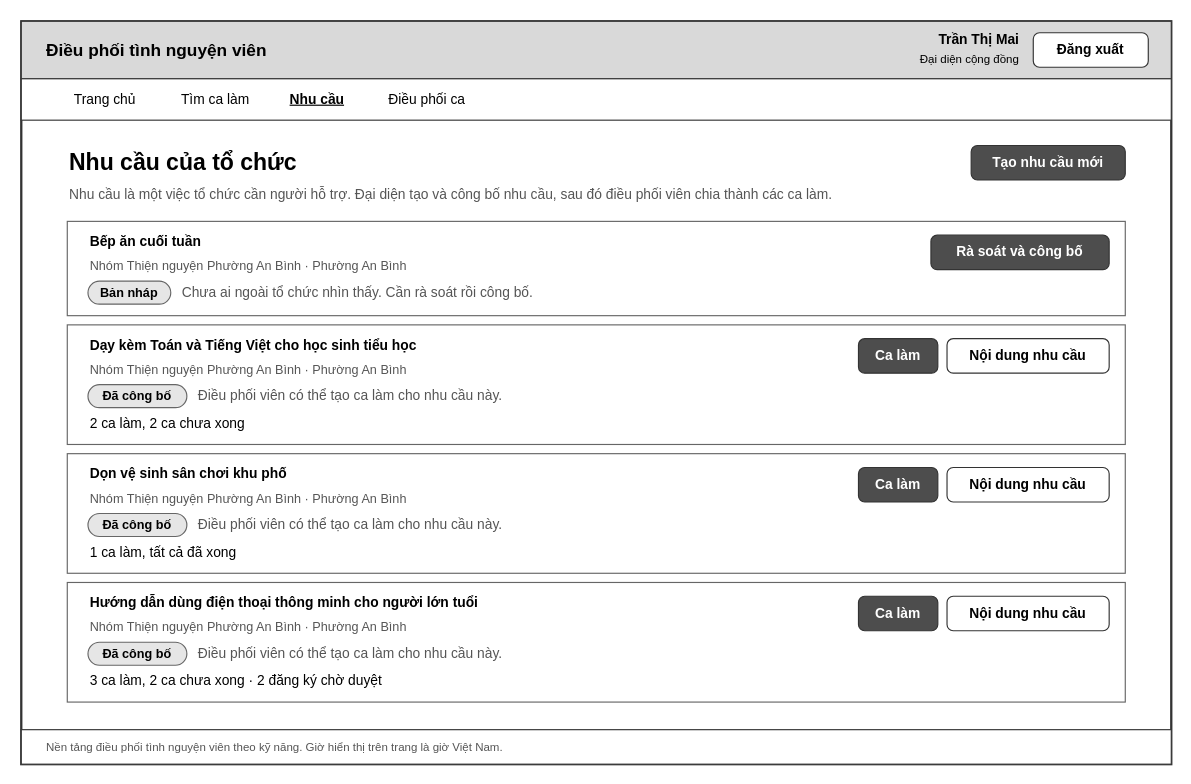
This is docs/giao_dien/drawio/M06_Danh_sach_nhu_cau.drawio from kanishere55/OOSD_NenTangDieuPhoi_TNV, a draw.io file, before an edit. Source tidied: cells renumbered, new cells numbered last; positions are measured from the earlier drawing's top-left corner, leaving out a move shared by most shapes. Both pictures are drawn from the tidied source at 115%, with x=0, y=0 at pixel (21, 21).
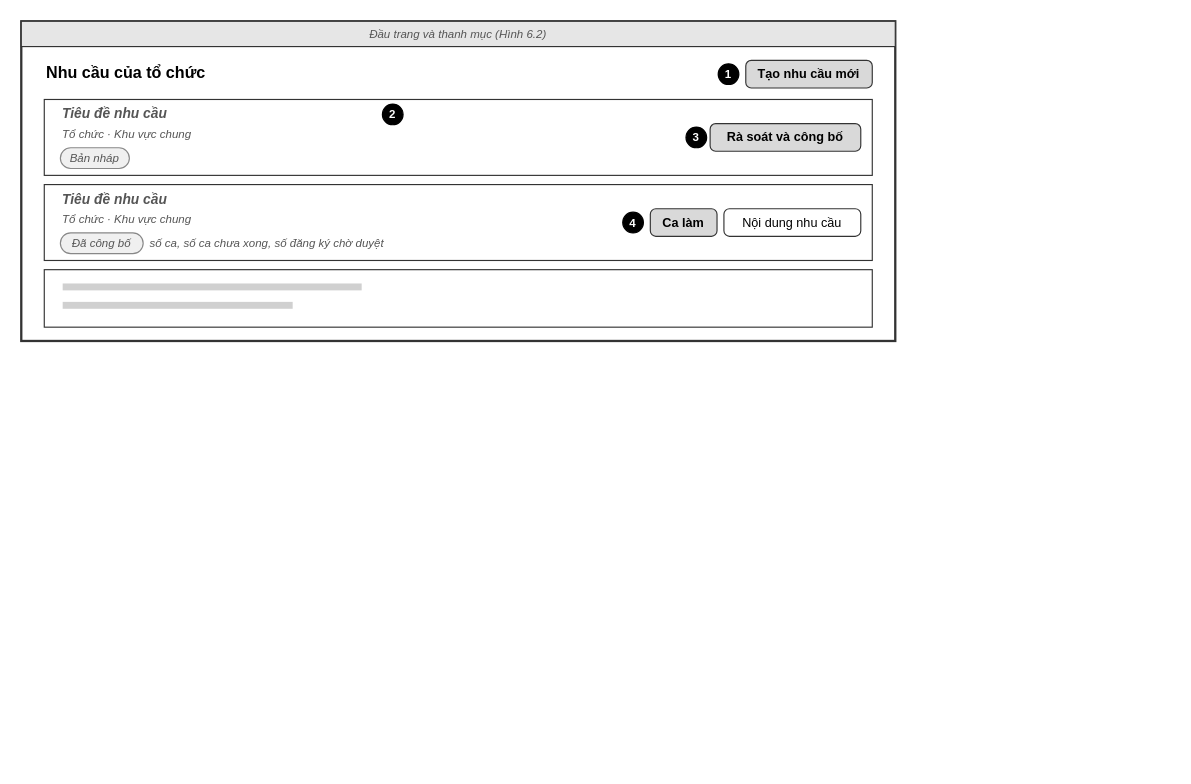
The same page after the edit.

Diff of the diagram source:
```diff
@@
     <mxCell id="2" style="rounded=0;whiteSpace=wrap;html=1;fillColor=#ffffff;strokeColor=#333333;strokeWidth=2;" parent="1" vertex="1">
-      <mxGeometry width="1000" height="646" as="geometry" />
+      <mxGeometry width="760" height="278" as="geometry" />
     </mxCell>
-    <mxCell id="3" style="rounded=0;whiteSpace=wrap;html=1;fillColor=#d9d9d9;strokeColor=#333333;" parent="1" vertex="1">
-      <mxGeometry width="1000" height="50" as="geometry" />
+    <mxCell id="3" value="Đầu trang và thanh mục (Hình 6.2)" style="rounded=0;whiteSpace=wrap;html=1;fillColor=#e6e6e6;strokeColor=#333333;fontSize=10;fontStyle=2;fontColor=#555555;" parent="1" vertex="1">
+      <mxGeometry width="760" height="22" as="geometry" />
     </mxCell>
-    <mxCell id="4" value="Điều phối tình nguyện viên" style="text;html=1;strokeColor=none;fillColor=none;align=left;verticalAlign=middle;whiteSpace=wrap;rounded=0;fontSize=15;fontStyle=1;fontColor=#000000;" parent="1" vertex="1">
-      <mxGeometry x="20" y="10" width="320" height="30" as="geometry" />
+    <mxCell id="4" value="Nhu cầu của tổ chức" style="text;html=1;strokeColor=none;fillColor=none;align=left;verticalAlign=middle;whiteSpace=wrap;rounded=0;fontSize=14;fontStyle=1;fontColor=#000000;" parent="1" vertex="1">
+      <mxGeometry x="20" y="34" width="400" height="22" as="geometry" />
     </mxCell>
-    <mxCell id="5" value="Trần Thị Mai" style="text;html=1;strokeColor=none;fillColor=none;align=right;verticalAlign=middle;whiteSpace=wrap;rounded=0;fontSize=12;fontStyle=1;fontColor=#000000;" parent="1" vertex="1">
-      <mxGeometry x="670" y="6" width="200" height="20" as="geometry" />
+    <mxCell id="5" value="Tạo nhu cầu mới" style="rounded=1;arcSize=20;whiteSpace=wrap;html=1;fontSize=11;strokeColor=#333333;fillColor=#d9d9d9;fontStyle=1;" parent="1" vertex="1">
+      <mxGeometry x="630" y="34" width="110" height="24" as="geometry" />
     </mxCell>
-    <mxCell id="6" value="Đại diện cộng đồng" style="text;html=1;strokeColor=none;fillColor=none;align=right;verticalAlign=middle;whiteSpace=wrap;rounded=0;fontSize=10;fontStyle=0;fontColor=#000000;" parent="1" vertex="1">
-      <mxGeometry x="670" y="24" width="200" height="18" as="geometry" />
+    <mxCell id="6" value="1" style="ellipse;whiteSpace=wrap;html=1;fillColor=#000000;strokeColor=#000000;fontColor=#ffffff;fontSize=10;fontStyle=1;" parent="1" vertex="1">
+      <mxGeometry x="606" y="37" width="18" height="18" as="geometry" />
     </mxCell>
-    <mxCell id="7" value="Đăng xuất" style="rounded=1;whiteSpace=wrap;html=1;arcSize=18;fontSize=12;fillColor=#ffffff;strokeColor=#333333;fontColor=#000000;fontStyle=1;" parent="1" vertex="1">
-      <mxGeometry x="880" y="10" width="100" height="30" as="geometry" />
+    <mxCell id="7" style="rounded=0;arcSize=8;whiteSpace=wrap;html=1;fillColor=#ffffff;strokeColor=#333333;" parent="1" vertex="1">
+      <mxGeometry x="20" y="68" width="720" height="66" as="geometry" />
     </mxCell>
-    <mxCell id="8" style="rounded=0;whiteSpace=wrap;html=1;fillColor=#ffffff;strokeColor=#333333;" parent="1" vertex="1">
-      <mxGeometry y="50" width="1000" height="36" as="geometry" />
+    <mxCell id="8" value="Tiêu đề nhu cầu" style="text;html=1;strokeColor=none;fillColor=none;align=left;verticalAlign=middle;whiteSpace=wrap;rounded=0;fontSize=12;fontStyle=3;fontColor=#555555;" parent="1" vertex="1">
+      <mxGeometry x="34" y="72" width="300" height="18" as="geometry" />
     </mxCell>
-    <mxCell id="9" value="Trang chủ" style="text;html=1;strokeColor=none;fillColor=none;align=center;verticalAlign=middle;whiteSpace=wrap;rounded=0;fontSize=12;fontStyle=0;fontColor=#000000;" parent="1" vertex="1">
-      <mxGeometry x="30" y="56" width="86" height="24" as="geometry" />
+    <mxCell id="9" value="Tổ chức · Khu vực chung" style="text;html=1;strokeColor=none;fillColor=none;align=left;verticalAlign=middle;whiteSpace=wrap;rounded=0;fontSize=10;fontStyle=2;fontColor=#555555;" parent="1" vertex="1">
+      <mxGeometry x="34" y="90" width="300" height="16" as="geometry" />
     </mxCell>
-    <mxCell id="10" value="Tìm ca làm" style="text;html=1;strokeColor=none;fillColor=none;align=center;verticalAlign=middle;whiteSpace=wrap;rounded=0;fontSize=12;fontStyle=0;fontColor=#000000;" parent="1" vertex="1">
-      <mxGeometry x="122" y="56" width="94" height="24" as="geometry" />
+    <mxCell id="10" value="Bản nháp" style="rounded=1;arcSize=50;whiteSpace=wrap;html=1;fontSize=10;fontStyle=2;fontColor=#555555;fillColor=#f0f0f0;strokeColor=#888888;" parent="1" vertex="1">
+      <mxGeometry x="34" y="110" width="60" height="18" as="geometry" />
     </mxCell>
-    <mxCell id="11" value="Nhu cầu" style="text;html=1;strokeColor=none;fillColor=none;align=center;verticalAlign=middle;whiteSpace=wrap;rounded=0;fontSize=12;fontStyle=5;fontColor=#000000;" parent="1" vertex="1">
-      <mxGeometry x="222" y="56" width="71" height="24" as="geometry" />
+    <mxCell id="11" value="2" style="ellipse;whiteSpace=wrap;html=1;fillColor=#000000;strokeColor=#000000;fontColor=#ffffff;fontSize=10;fontStyle=1;" parent="1" vertex="1">
+      <mxGeometry x="314" y="72" width="18" height="18" as="geometry" />
     </mxCell>
-    <mxCell id="12" value="Điều phối ca" style="text;html=1;strokeColor=none;fillColor=none;align=center;verticalAlign=middle;whiteSpace=wrap;rounded=0;fontSize=12;fontStyle=0;fontColor=#000000;" parent="1" vertex="1">
-      <mxGeometry x="299" y="56" width="108" height="24" as="geometry" />
+    <mxCell id="12" value="Rà soát và công bố" style="rounded=1;arcSize=20;whiteSpace=wrap;html=1;fontSize=11;strokeColor=#333333;fillColor=#d9d9d9;fontStyle=1;" parent="1" vertex="1">
+      <mxGeometry x="599" y="89" width="131" height="24" as="geometry" />
     </mxCell>
-    <mxCell id="13" value="Tạo nhu cầu mới" style="rounded=1;whiteSpace=wrap;html=1;arcSize=18;fontSize=12;fillColor=#4d4d4d;strokeColor=#333333;fontColor=#ffffff;fontStyle=1;" parent="1" vertex="1">
-      <mxGeometry x="826" y="108" width="134" height="30" as="geometry" />
+    <mxCell id="13" value="3" style="ellipse;whiteSpace=wrap;html=1;fillColor=#000000;strokeColor=#000000;fontColor=#ffffff;fontSize=10;fontStyle=1;" parent="1" vertex="1">
+      <mxGeometry x="578" y="92" width="18" height="18" as="geometry" />
     </mxCell>
-    <mxCell id="14" value="Nhu cầu của tổ chức" style="text;html=1;strokeColor=none;fillColor=none;align=left;verticalAlign=middle;whiteSpace=wrap;rounded=0;fontSize=20;fontStyle=1;fontColor=#000000;" parent="1" vertex="1">
-      <mxGeometry x="40" y="106" width="900" height="32" as="geometry" />
+    <mxCell id="14" style="rounded=0;arcSize=8;whiteSpace=wrap;html=1;fillColor=#ffffff;strokeColor=#333333;" parent="1" vertex="1">
+      <mxGeometry x="20" y="142" width="720" height="66" as="geometry" />
     </mxCell>
-    <mxCell id="15" value="Nhu cầu là một việc tổ chức cần người hỗ trợ. Đại diện tạo và công bố nhu cầu, sau đó điều phối viên chia thành các ca làm." style="text;html=1;strokeColor=none;fillColor=none;align=left;verticalAlign=middle;whiteSpace=wrap;rounded=0;fontSize=12;fontStyle=0;fontColor=#555555;" parent="1" vertex="1">
-      <mxGeometry x="40" y="140" width="760" height="22" as="geometry" />
+    <mxCell id="15" value="Tiêu đề nhu cầu" style="text;html=1;strokeColor=none;fillColor=none;align=left;verticalAlign=middle;whiteSpace=wrap;rounded=0;fontSize=12;fontStyle=3;fontColor=#555555;" parent="1" vertex="1">
+      <mxGeometry x="34" y="146" width="300" height="18" as="geometry" />
     </mxCell>
-    <mxCell id="16" style="rounded=0;whiteSpace=wrap;html=1;fillColor=#ffffff;strokeColor=#666666;" parent="1" vertex="1">
-      <mxGeometry x="40" y="174" width="920" height="82" as="geometry" />
+    <mxCell id="16" value="Tổ chức · Khu vực chung" style="text;html=1;strokeColor=none;fillColor=none;align=left;verticalAlign=middle;whiteSpace=wrap;rounded=0;fontSize=10;fontStyle=2;fontColor=#555555;" parent="1" vertex="1">
+      <mxGeometry x="34" y="164" width="300" height="16" as="geometry" />
     </mxCell>
-    <mxCell id="17" value="Bếp ăn cuối tuần" style="text;html=1;strokeColor=none;fillColor=none;align=left;verticalAlign=middle;whiteSpace=wrap;rounded=0;fontSize=12;fontStyle=1;fontColor=#000000;" parent="1" vertex="1">
-      <mxGeometry x="58" y="182" width="560" height="20" as="geometry" />
+    <mxCell id="17" value="Đã công bố" style="rounded=1;arcSize=50;whiteSpace=wrap;html=1;fontSize=10;fontStyle=2;fontColor=#555555;fillColor=#f0f0f0;strokeColor=#888888;" parent="1" vertex="1">
+      <mxGeometry x="34" y="184" width="72" height="18" as="geometry" />
     </mxCell>
-    <mxCell id="18" value="Nhóm Thiện nguyện Phường An Bình · Phường An Bình" style="text;html=1;strokeColor=none;fillColor=none;align=left;verticalAlign=middle;whiteSpace=wrap;rounded=0;fontSize=11;fontStyle=0;fontColor=#555555;" parent="1" vertex="1">
-      <mxGeometry x="58" y="204" width="560" height="18" as="geometry" />
+    <mxCell id="18" value="số ca, số ca chưa xong, số đăng ký chờ duyệt" style="text;html=1;strokeColor=none;fillColor=none;align=left;verticalAlign=middle;whiteSpace=wrap;rounded=0;fontSize=10;fontStyle=2;fontColor=#555555;" parent="1" vertex="1">
+      <mxGeometry x="110" y="184" width="330" height="18" as="geometry" />
     </mxCell>
-    <mxCell id="19" value="Bản nháp" style="rounded=1;whiteSpace=wrap;html=1;arcSize=50;fontSize=11;fontStyle=1;fillColor=#e6e6e6;strokeColor=#666666;" parent="1" vertex="1">
-      <mxGeometry x="58" y="226" width="72" height="20" as="geometry" />
+    <mxCell id="19" value="Nội dung nhu cầu" style="rounded=1;arcSize=20;whiteSpace=wrap;html=1;fontSize=11;strokeColor=#333333;fillColor=#ffffff;" parent="1" vertex="1">
+      <mxGeometry x="611" y="163" width="119" height="24" as="geometry" />
     </mxCell>
-    <mxCell id="20" value="Chưa ai ngoài tổ chức nhìn thấy. Cần rà soát rồi công bố." style="text;html=1;strokeColor=none;fillColor=none;align=left;verticalAlign=middle;whiteSpace=wrap;rounded=0;fontSize=12;fontStyle=0;fontColor=#555555;" parent="1" vertex="1">
-      <mxGeometry x="138" y="226" width="520" height="20" as="geometry" />
+    <mxCell id="20" value="Ca làm" style="rounded=1;arcSize=20;whiteSpace=wrap;html=1;fontSize=11;strokeColor=#333333;fillColor=#d9d9d9;fontStyle=1;" parent="1" vertex="1">
+      <mxGeometry x="547" y="163" width="58" height="24" as="geometry" />
     </mxCell>
-    <mxCell id="21" value="Rà soát và công bố" style="rounded=1;whiteSpace=wrap;html=1;arcSize=18;fontSize=12;fillColor=#4d4d4d;strokeColor=#333333;fontColor=#ffffff;fontStyle=1;" parent="1" vertex="1">
-      <mxGeometry x="791" y="186" width="155" height="30" as="geometry" />
+    <mxCell id="21" value="4" style="ellipse;whiteSpace=wrap;html=1;fillColor=#000000;strokeColor=#000000;fontColor=#ffffff;fontSize=10;fontStyle=1;" parent="1" vertex="1">
+      <mxGeometry x="523" y="166" width="18" height="18" as="geometry" />
     </mxCell>
-    <mxCell id="22" style="rounded=0;whiteSpace=wrap;html=1;fillColor=#ffffff;strokeColor=#666666;" parent="1" vertex="1">
-      <mxGeometry x="40" y="264" width="920" height="104" as="geometry" />
+    <mxCell id="22" style="rounded=0;arcSize=8;whiteSpace=wrap;html=1;fillColor=#ffffff;strokeColor=#333333;" parent="1" vertex="1">
+      <mxGeometry x="20" y="216" width="720" height="50" as="geometry" />
     </mxCell>
-    <mxCell id="23" value="Dạy kèm Toán và Tiếng Việt cho học sinh tiểu học" style="text;html=1;strokeColor=none;fillColor=none;align=left;verticalAlign=middle;whiteSpace=wrap;rounded=0;fontSize=12;fontStyle=1;fontColor=#000000;" parent="1" vertex="1">
-      <mxGeometry x="58" y="272" width="560" height="20" as="geometry" />
+    <mxCell id="23" style="rounded=0;whiteSpace=wrap;html=1;fillColor=#d0d0d0;strokeColor=none;" parent="1" vertex="1">
+      <mxGeometry x="36" y="228" width="260" height="6" as="geometry" />
     </mxCell>
-    <mxCell id="24" value="Nhóm Thiện nguyện Phường An Bình · Phường An Bình" style="text;html=1;strokeColor=none;fillColor=none;align=left;verticalAlign=middle;whiteSpace=wrap;rounded=0;fontSize=11;fontStyle=0;fontColor=#555555;" parent="1" vertex="1">
-      <mxGeometry x="58" y="294" width="560" height="18" as="geometry" />
+    <mxCell id="24" style="rounded=0;whiteSpace=wrap;html=1;fillColor=#d0d0d0;strokeColor=none;" parent="1" vertex="1">
+      <mxGeometry x="36" y="244" width="200" height="6" as="geometry" />
     </mxCell>
-    <mxCell id="25" value="Đã công bố" style="rounded=1;whiteSpace=wrap;html=1;arcSize=50;fontSize=11;fontStyle=1;fillColor=#e6e6e6;strokeColor=#666666;" parent="1" vertex="1">
-      <mxGeometry x="58" y="316" width="86" height="20" as="geometry" />
-    </mxCell>
-    <mxCell id="26" value="Điều phối viên có thể tạo ca làm cho nhu cầu này." style="text;html=1;strokeColor=none;fillColor=none;align=left;verticalAlign=middle;whiteSpace=wrap;rounded=0;fontSize=12;fontStyle=0;fontColor=#555555;" parent="1" vertex="1">
-      <mxGeometry x="152" y="316" width="520" height="20" as="geometry" />
-    </mxCell>
-    <mxCell id="27" value="2 ca làm, 2 ca chưa xong" style="text;html=1;strokeColor=none;fillColor=none;align=left;verticalAlign=middle;whiteSpace=wrap;rounded=0;fontSize=12;fontStyle=0;fontColor=#000000;" parent="1" vertex="1">
-      <mxGeometry x="58" y="340" width="560" height="20" as="geometry" />
-    </mxCell>
-    <mxCell id="28" value="Nội dung nhu cầu" style="rounded=1;whiteSpace=wrap;html=1;arcSize=18;fontSize=12;fillColor=#ffffff;strokeColor=#333333;fontColor=#000000;fontStyle=1;" parent="1" vertex="1">
-      <mxGeometry x="805" y="276" width="141" height="30" as="geometry" />
-    </mxCell>
-    <mxCell id="29" value="Ca làm" style="rounded=1;whiteSpace=wrap;html=1;arcSize=18;fontSize=12;fillColor=#4d4d4d;strokeColor=#333333;fontColor=#ffffff;fontStyle=1;" parent="1" vertex="1">
-      <mxGeometry x="728" y="276" width="69" height="30" as="geometry" />
-    </mxCell>
-    <mxCell id="30" style="rounded=0;whiteSpace=wrap;html=1;fillColor=#ffffff;strokeColor=#666666;" parent="1" vertex="1">
-      <mxGeometry x="40" y="376" width="920" height="104" as="geometry" />
-    </mxCell>
-    <mxCell id="31" value="Dọn vệ sinh sân chơi khu phố" style="text;html=1;strokeColor=none;fillColor=none;align=left;verticalAlign=middle;whiteSpace=wrap;rounded=0;fontSize=12;fontStyle=1;fontColor=#000000;" parent="1" vertex="1">
-      <mxGeometry x="58" y="384" width="560" height="20" as="geometry" />
-    </mxCell>
-    <mxCell id="32" value="Nhóm Thiện nguyện Phường An Bình · Phường An Bình" style="text;html=1;strokeColor=none;fillColor=none;align=left;verticalAlign=middle;whiteSpace=wrap;rounded=0;fontSize=11;fontStyle=0;fontColor=#555555;" parent="1" vertex="1">
-      <mxGeometry x="58" y="406" width="560" height="18" as="geometry" />
-    </mxCell>
-    <mxCell id="33" value="Đã công bố" style="rounded=1;whiteSpace=wrap;html=1;arcSize=50;fontSize=11;fontStyle=1;fillColor=#e6e6e6;strokeColor=#666666;" parent="1" vertex="1">
-      <mxGeometry x="58" y="428" width="86" height="20" as="geometry" />
-    </mxCell>
-    <mxCell id="34" value="Điều phối viên có thể tạo ca làm cho nhu cầu này." style="text;html=1;strokeColor=none;fillColor=none;align=left;verticalAlign=middle;whiteSpace=wrap;rounded=0;fontSize=12;fontStyle=0;fontColor=#555555;" parent="1" vertex="1">
-      <mxGeometry x="152" y="428" width="520" height="20" as="geometry" />
-    </mxCell>
-    <mxCell id="35" value="1 ca làm, tất cả đã xong" style="text;html=1;strokeColor=none;fillColor=none;align=left;verticalAlign=middle;whiteSpace=wrap;rounded=0;fontSize=12;fontStyle=0;fontColor=#000000;" parent="1" vertex="1">
-      <mxGeometry x="58" y="452" width="560" height="20" as="geometry" />
-    </mxCell>
-    <mxCell id="36" value="Nội dung nhu cầu" style="rounded=1;whiteSpace=wrap;html=1;arcSize=18;fontSize=12;fillColor=#ffffff;strokeColor=#333333;fontColor=#000000;fontStyle=1;" parent="1" vertex="1">
-      <mxGeometry x="805" y="388" width="141" height="30" as="geometry" />
-    </mxCell>
-    <mxCell id="37" value="Ca làm" style="rounded=1;whiteSpace=wrap;html=1;arcSize=18;fontSize=12;fillColor=#4d4d4d;strokeColor=#333333;fontColor=#ffffff;fontStyle=1;" parent="1" vertex="1">
-      <mxGeometry x="728" y="388" width="69" height="30" as="geometry" />
-    </mxCell>
-    <mxCell id="38" style="rounded=0;whiteSpace=wrap;html=1;fillColor=#ffffff;strokeColor=#666666;" parent="1" vertex="1">
-      <mxGeometry x="40" y="488" width="920" height="104" as="geometry" />
-    </mxCell>
-    <mxCell id="39" value="Hướng dẫn dùng điện thoại thông minh cho người lớn tuổi" style="text;html=1;strokeColor=none;fillColor=none;align=left;verticalAlign=middle;whiteSpace=wrap;rounded=0;fontSize=12;fontStyle=1;fontColor=#000000;" parent="1" vertex="1">
-      <mxGeometry x="58" y="496" width="560" height="20" as="geometry" />
-    </mxCell>
-    <mxCell id="40" value="Nhóm Thiện nguyện Phường An Bình · Phường An Bình" style="text;html=1;strokeColor=none;fillColor=none;align=left;verticalAlign=middle;whiteSpace=wrap;rounded=0;fontSize=11;fontStyle=0;fontColor=#555555;" parent="1" vertex="1">
-      <mxGeometry x="58" y="518" width="560" height="18" as="geometry" />
-    </mxCell>
-    <mxCell id="41" value="Đã công bố" style="rounded=1;whiteSpace=wrap;html=1;arcSize=50;fontSize=11;fontStyle=1;fillColor=#e6e6e6;strokeColor=#666666;" parent="1" vertex="1">
-      <mxGeometry x="58" y="540" width="86" height="20" as="geometry" />
-    </mxCell>
-    <mxCell id="42" value="Điều phối viên có thể tạo ca làm cho nhu cầu này." style="text;html=1;strokeColor=none;fillColor=none;align=left;verticalAlign=middle;whiteSpace=wrap;rounded=0;fontSize=12;fontStyle=0;fontColor=#555555;" parent="1" vertex="1">
-      <mxGeometry x="152" y="540" width="520" height="20" as="geometry" />
-    </mxCell>
-    <mxCell id="43" value="3 ca làm, 2 ca chưa xong · 2 đăng ký chờ duyệt" style="text;html=1;strokeColor=none;fillColor=none;align=left;verticalAlign=middle;whiteSpace=wrap;rounded=0;fontSize=12;fontStyle=0;fontColor=#000000;" parent="1" vertex="1">
-      <mxGeometry x="58" y="564" width="560" height="20" as="geometry" />
-    </mxCell>
-    <mxCell id="44" value="Nội dung nhu cầu" style="rounded=1;whiteSpace=wrap;html=1;arcSize=18;fontSize=12;fillColor=#ffffff;strokeColor=#333333;fontColor=#000000;fontStyle=1;" parent="1" vertex="1">
-      <mxGeometry x="805" y="500" width="141" height="30" as="geometry" />
-    </mxCell>
-    <mxCell id="45" value="Ca làm" style="rounded=1;whiteSpace=wrap;html=1;arcSize=18;fontSize=12;fillColor=#4d4d4d;strokeColor=#333333;fontColor=#ffffff;fontStyle=1;" parent="1" vertex="1">
-      <mxGeometry x="728" y="500" width="69" height="30" as="geometry" />
-    </mxCell>
-    <mxCell id="46" style="rounded=0;whiteSpace=wrap;html=1;fillColor=#ffffff;strokeColor=#333333;" parent="1" vertex="1">
-      <mxGeometry y="616" width="1000" height="30" as="geometry" />
-    </mxCell>
-    <mxCell id="47" value="Nền tảng điều phối tình nguyện viên theo kỹ năng. Giờ hiển thị trên trang là giờ Việt Nam." style="text;html=1;strokeColor=none;fillColor=none;align=left;verticalAlign=middle;whiteSpace=wrap;rounded=0;fontSize=10;fontStyle=0;fontColor=#555555;" parent="1" vertex="1">
-      <mxGeometry x="20" y="620" width="700" height="22" as="geometry" />
-    </mxCell>
```
